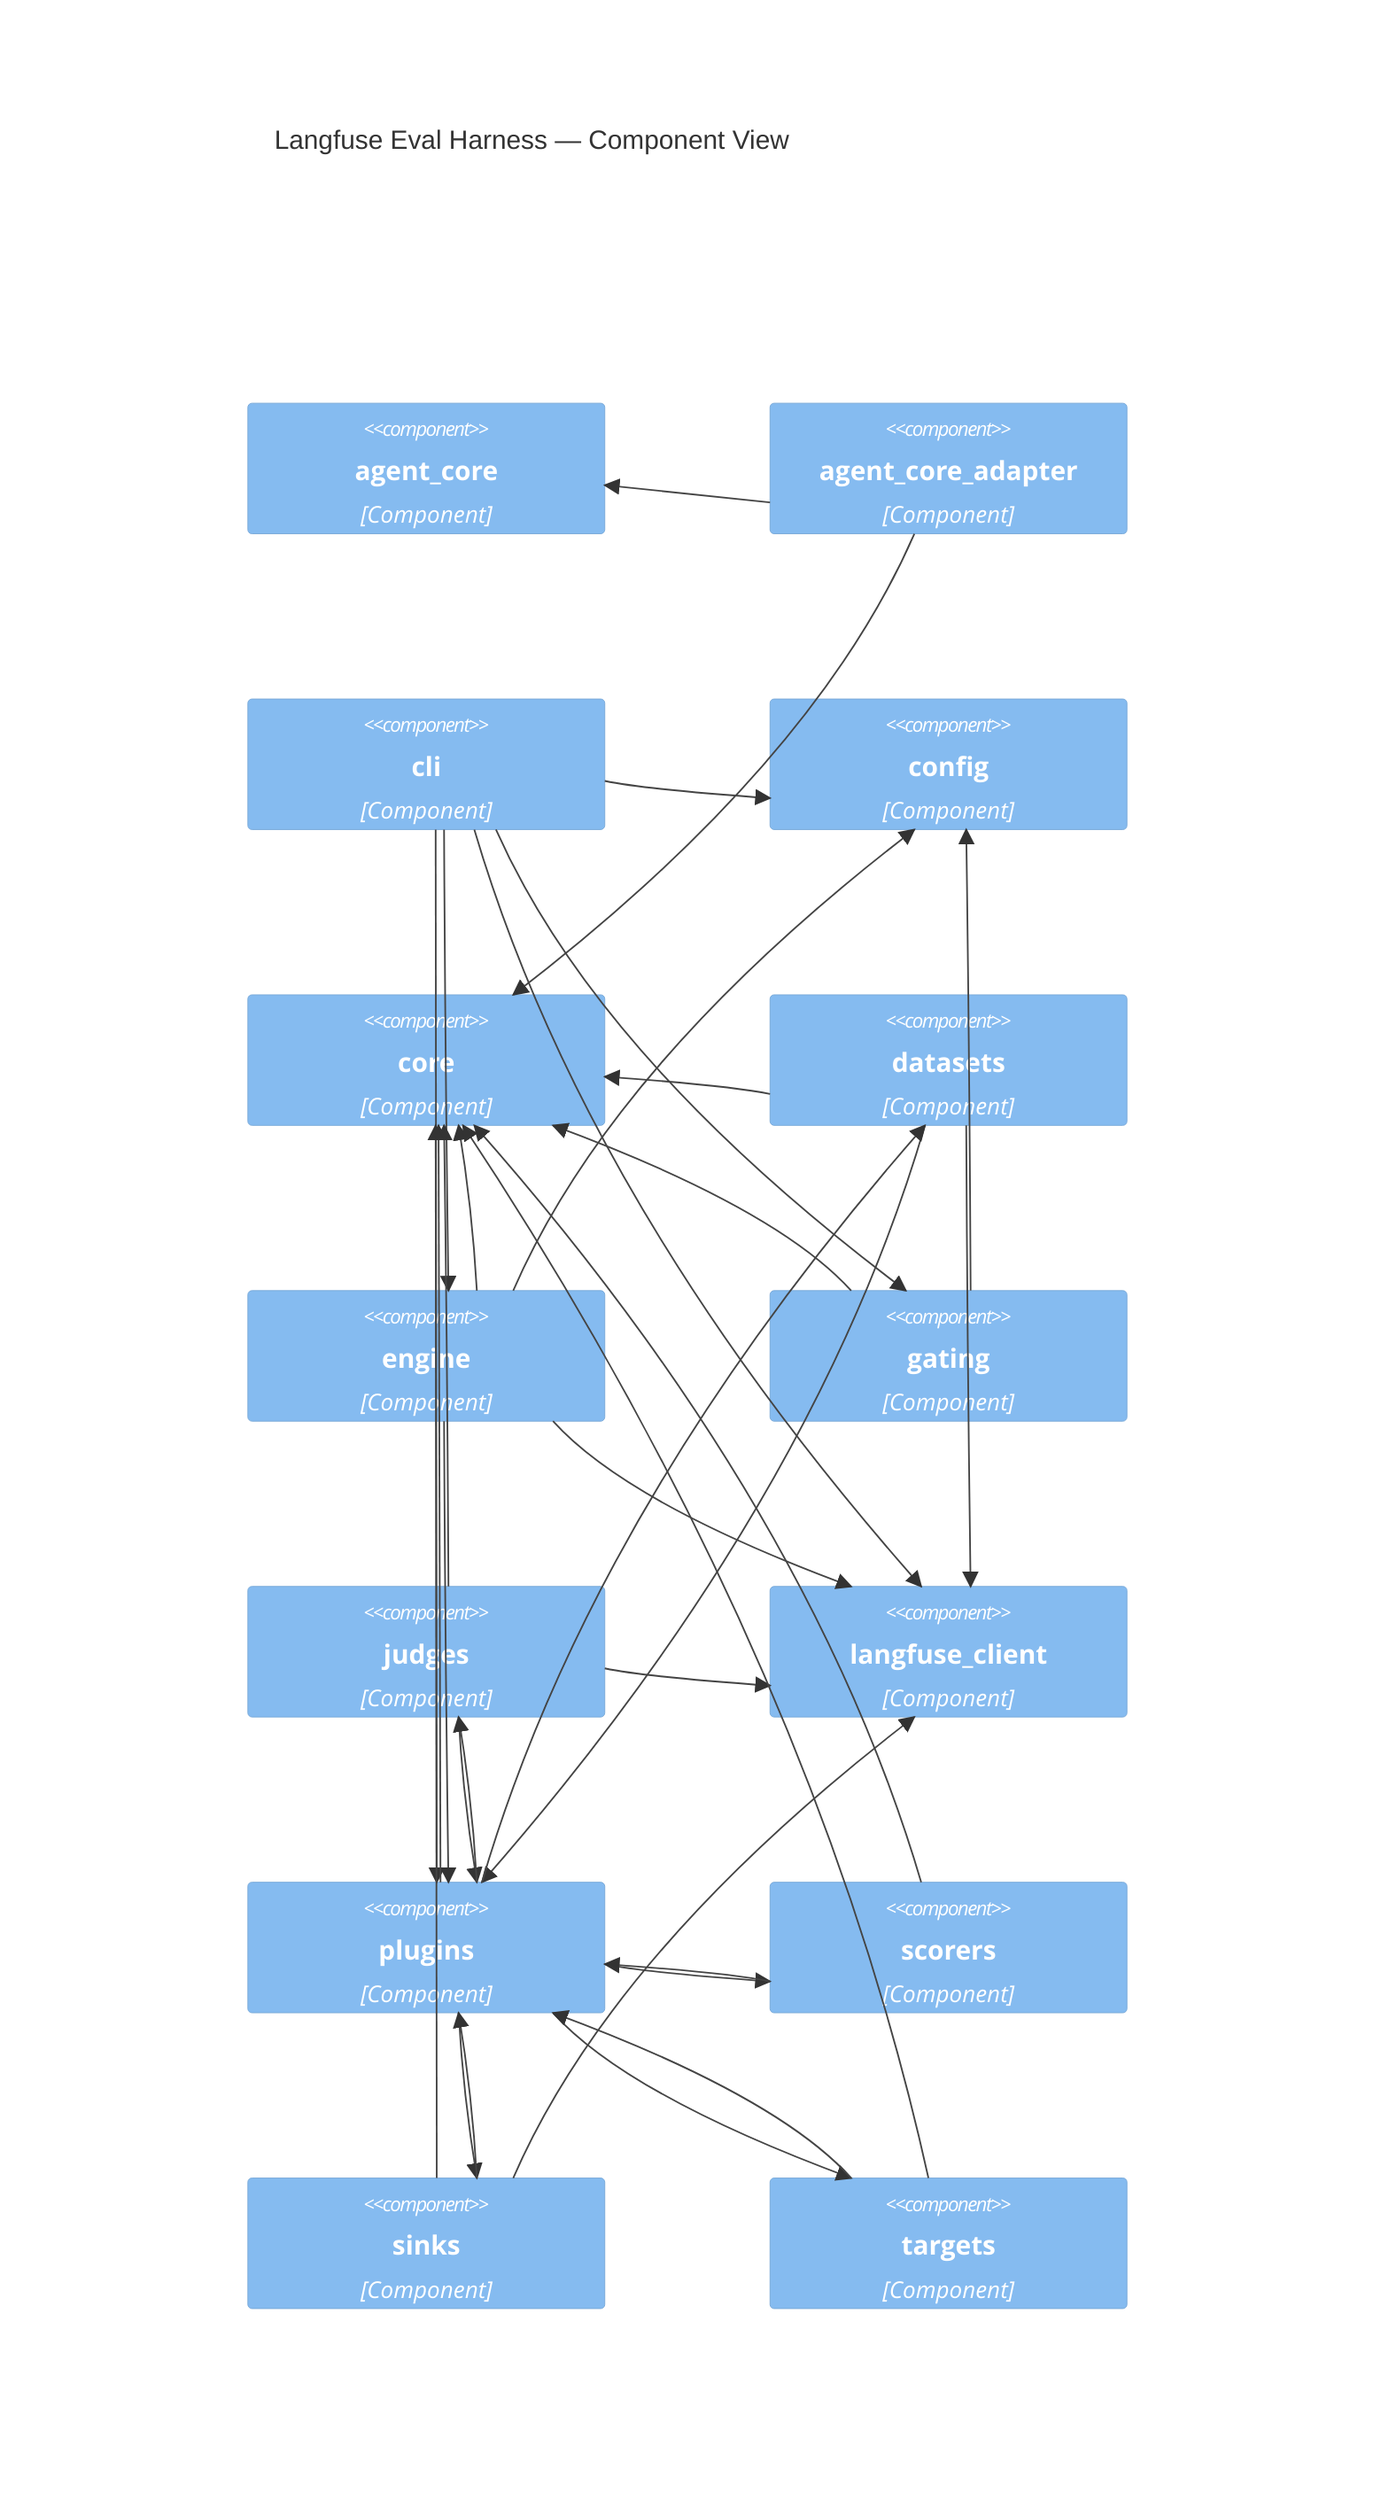
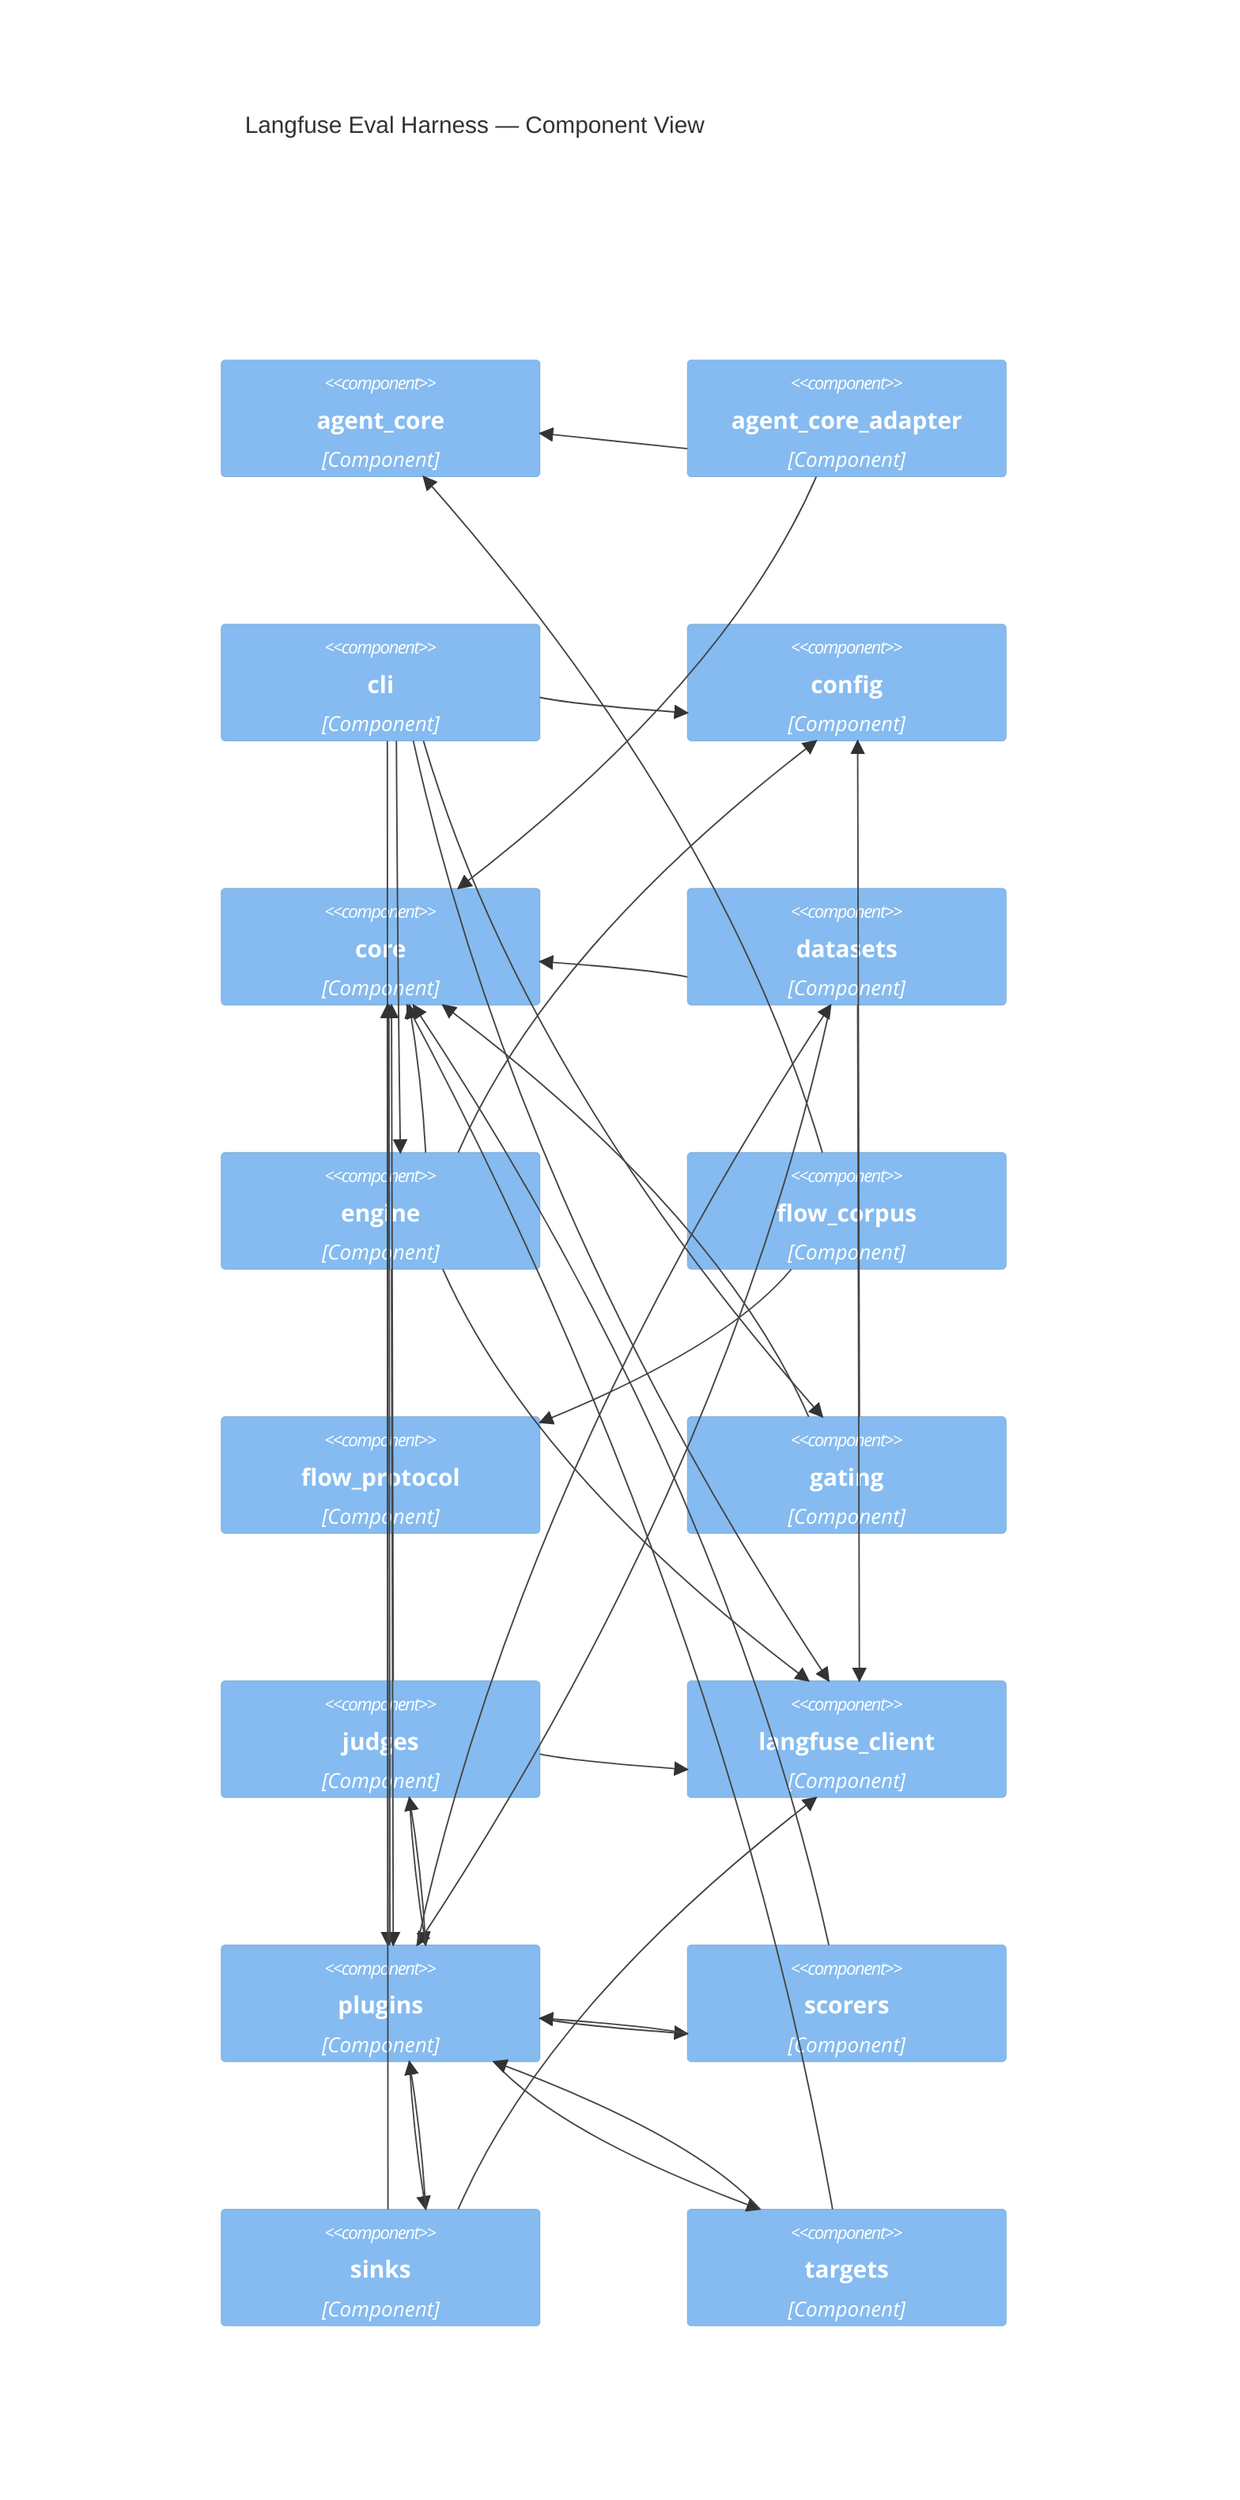
C4Component
    title Langfuse Eval Harness — Component View

    Component(agent_core, "agent_core", "Component")
    Component(agent_core_adapter, "agent_core_adapter", "Component")
    Component(cli, "cli", "Component")
    Component(config, "config", "Component")
    Component(core, "core", "Component")
    Component(datasets, "datasets", "Component")
    Component(engine, "engine", "Component")
+     Component(flow_corpus, "flow_corpus", "Component")
+     Component(flow_protocol, "flow_protocol", "Component")
    Component(gating, "gating", "Component")
    Component(judges, "judges", "Component")
    Component(langfuse_client, "langfuse_client", "Component")
    Component(plugins, "plugins", "Component")
    Component(scorers, "scorers", "Component")
    Component(sinks, "sinks", "Component")
    Component(targets, "targets", "Component")

    Rel(agent_core_adapter, agent_core, "")
    Rel(agent_core_adapter, core, "")
    Rel(cli, config, "")
    Rel(cli, engine, "")
    Rel(cli, gating, "")
    Rel(cli, langfuse_client, "")
    Rel(cli, plugins, "")
    Rel(datasets, core, "")
    Rel(datasets, langfuse_client, "")
    Rel(datasets, plugins, "")
    Rel(engine, config, "")
    Rel(engine, core, "")
    Rel(engine, langfuse_client, "")
    Rel(engine, plugins, "")
+     Rel(flow_corpus, agent_core, "")
+     Rel(flow_corpus, flow_protocol, "")
    Rel(gating, config, "")
    Rel(gating, core, "")
    Rel(judges, core, "")
    Rel(judges, langfuse_client, "")
    Rel(judges, plugins, "")
    Rel(plugins, core, "")
    Rel(plugins, datasets, "")
    Rel(plugins, judges, "")
    Rel(plugins, scorers, "")
    Rel(plugins, sinks, "")
    Rel(plugins, targets, "")
    Rel(scorers, core, "")
    Rel(scorers, plugins, "")
    Rel(sinks, core, "")
    Rel(sinks, langfuse_client, "")
    Rel(sinks, plugins, "")
    Rel(targets, core, "")
    Rel(targets, plugins, "")
